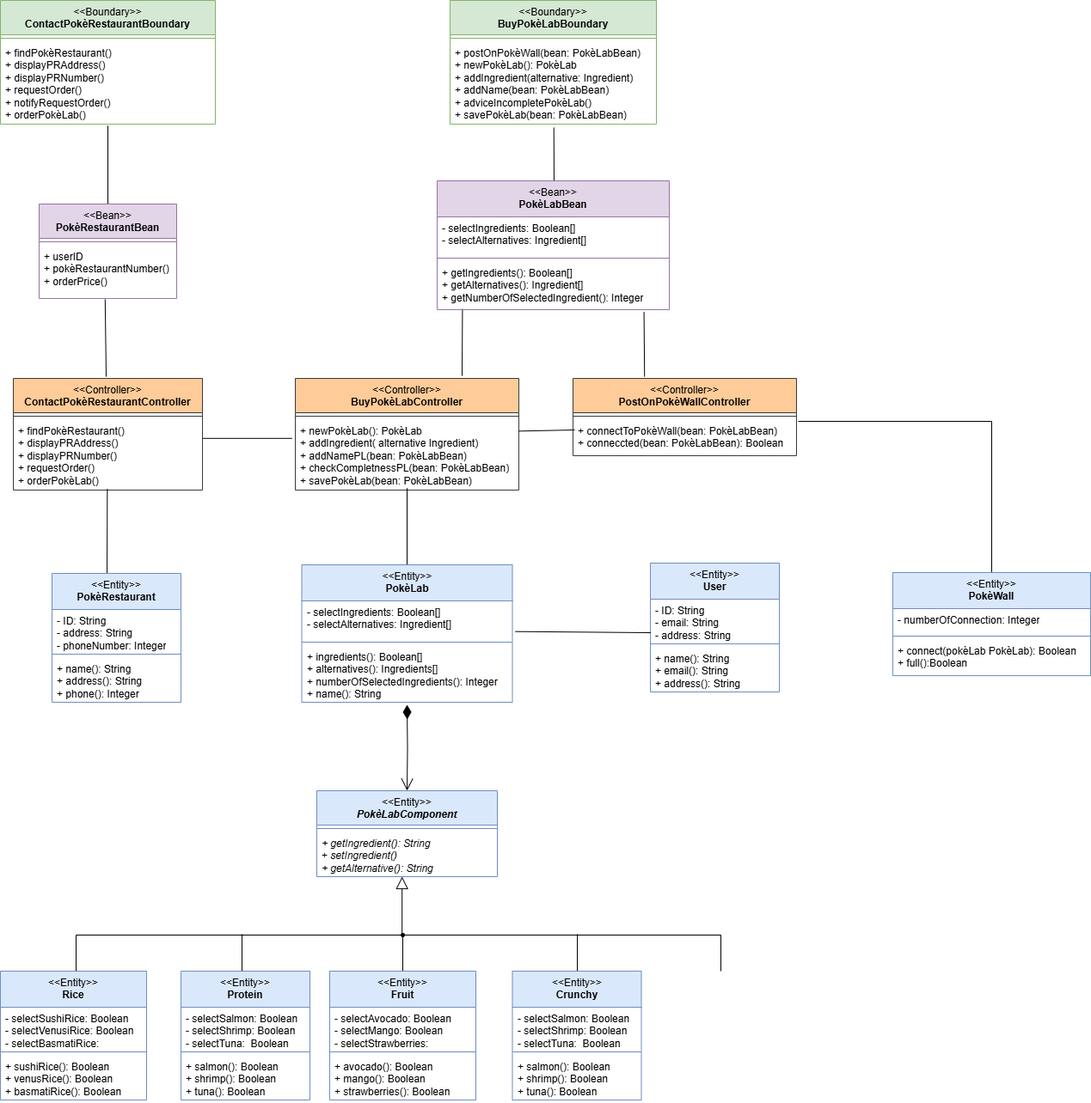
matteopinfildi/ISPW-Project keeps this draw.io diagram as diagrams/BCE.drawio.png. Above is the earlier version. Source tidied: cells renumbered, new cells last; positions are measured from the earlier drawing's top-left corner, leaving out a move shared by most shapes.
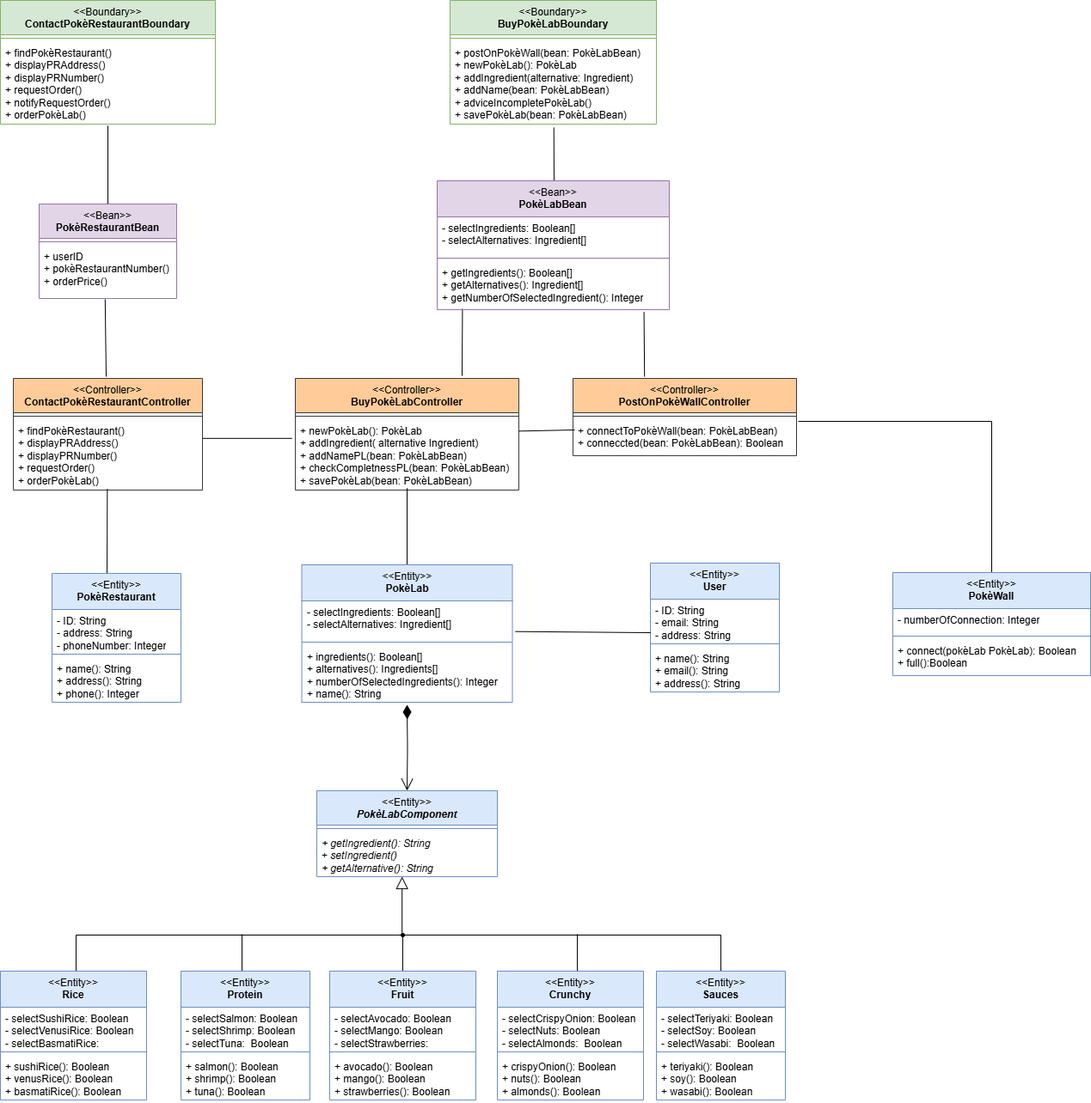
After the commit.

Diff of the diagram source:
```diff
@@ -255,16 +255,28 @@
       <mxGeometry y="98" width="170" height="52" as="geometry" />
     </mxCell>
     <mxCell id="73" value="&lt;div&gt;&lt;span style=&quot;font-weight: 400;&quot;&gt;&amp;lt;&amp;lt;Entity&amp;gt;&amp;gt;&lt;/span&gt;&lt;br&gt;&lt;/div&gt;Crunchy" style="swimlane;fontStyle=1;align=center;verticalAlign=top;horizontal=1;startSize=42;whiteSpace=wrap;html=1;fillColor=#dae8fc;strokeColor=#6c8ebf;" parent="1" vertex="1">
-      <mxGeometry x="595.5" y="1130" width="150" height="150" as="geometry" />
+      <mxGeometry x="578" y="1130" width="170" height="150" as="geometry" />
     </mxCell>
-    <mxCell id="74" value="- selectSalmon: Boolean&lt;div&gt;- selectShrimp: Boolean&lt;/div&gt;&lt;div&gt;- selectTuna:&amp;nbsp; Boolean&lt;/div&gt;" style="text;strokeColor=none;fillColor=none;align=left;verticalAlign=top;spacingLeft=4;spacingRight=4;overflow=hidden;whiteSpace=wrap;html=1;" parent="73" vertex="1">
-      <mxGeometry y="42" width="150" height="48" as="geometry" />
+    <mxCell id="74" value="- selectCrispyOnion: Boolean&lt;div&gt;- selectNuts: Boolean&lt;/div&gt;&lt;div&gt;- selectAlmonds:&amp;nbsp; Boolean&lt;/div&gt;" style="text;strokeColor=none;fillColor=none;align=left;verticalAlign=top;spacingLeft=4;spacingRight=4;overflow=hidden;whiteSpace=wrap;html=1;" parent="73" vertex="1">
+      <mxGeometry y="42" width="170" height="48" as="geometry" />
     </mxCell>
     <mxCell id="75" style="line;strokeWidth=1;fillColor=none;align=left;verticalAlign=middle;spacingTop=-1;spacingLeft=3;spacingRight=3;labelPosition=right;strokeColor=inherit;" parent="73" vertex="1">
-      <mxGeometry y="90" width="150" height="8" as="geometry" />
+      <mxGeometry y="90" width="170" height="8" as="geometry" />
     </mxCell>
-    <mxCell id="76" value="+ salmon(): Boolean&lt;div&gt;+ shrimp(): Boolean&lt;/div&gt;&lt;div&gt;+ tuna(): Boolean&lt;/div&gt;" style="text;strokeColor=none;fillColor=none;align=left;verticalAlign=top;spacingLeft=4;spacingRight=4;overflow=hidden;whiteSpace=wrap;html=1;" parent="73" vertex="1">
-      <mxGeometry y="98" width="150" height="52" as="geometry" />
+    <mxCell id="76" value="+ crispyOnion(): Boolean&lt;div&gt;+ nuts(): Boolean&lt;/div&gt;&lt;div&gt;+ almonds(): Boolean&lt;/div&gt;" style="text;strokeColor=none;fillColor=none;align=left;verticalAlign=top;spacingLeft=4;spacingRight=4;overflow=hidden;whiteSpace=wrap;html=1;" parent="73" vertex="1">
+      <mxGeometry y="98" width="170" height="52" as="geometry" />
     </mxCell>
+    <mxCell id="77" value="&lt;div&gt;&lt;span style=&quot;font-weight: 400;&quot;&gt;&amp;lt;&amp;lt;Entity&amp;gt;&amp;gt;&lt;/span&gt;&lt;br&gt;&lt;/div&gt;Sauces" style="swimlane;fontStyle=1;align=center;verticalAlign=top;horizontal=1;startSize=42;whiteSpace=wrap;html=1;fillColor=#dae8fc;strokeColor=#6c8ebf;" parent="1" vertex="1">
+      <mxGeometry x="763" y="1130" width="150" height="150" as="geometry" />
+    </mxCell>
+    <mxCell id="78" value="- selectTeriyaki: Boolean&lt;div&gt;- selectSoy: Boolean&lt;/div&gt;&lt;div&gt;- selectWasabi:&amp;nbsp; Boolean&lt;/div&gt;" style="text;strokeColor=none;fillColor=none;align=left;verticalAlign=top;spacingLeft=4;spacingRight=4;overflow=hidden;whiteSpace=wrap;html=1;" parent="77" vertex="1">
+      <mxGeometry y="42" width="150" height="48" as="geometry" />
+    </mxCell>
+    <mxCell id="79" style="line;strokeWidth=1;fillColor=none;align=left;verticalAlign=middle;spacingTop=-1;spacingLeft=3;spacingRight=3;labelPosition=right;strokeColor=inherit;" parent="77" vertex="1">
+      <mxGeometry y="90" width="150" height="8" as="geometry" />
+    </mxCell>
+    <mxCell id="80" value="+ teriyaki(): Boolean&lt;div&gt;+ soy(): Boolean&lt;/div&gt;&lt;div&gt;+ wasabi(): Boolean&lt;/div&gt;" style="text;strokeColor=none;fillColor=none;align=left;verticalAlign=top;spacingLeft=4;spacingRight=4;overflow=hidden;whiteSpace=wrap;html=1;" parent="77" vertex="1">
+      <mxGeometry y="98" width="150" height="52" as="geometry" />
+    </mxCell>
   </root>
 </mxGraphModel>
```
